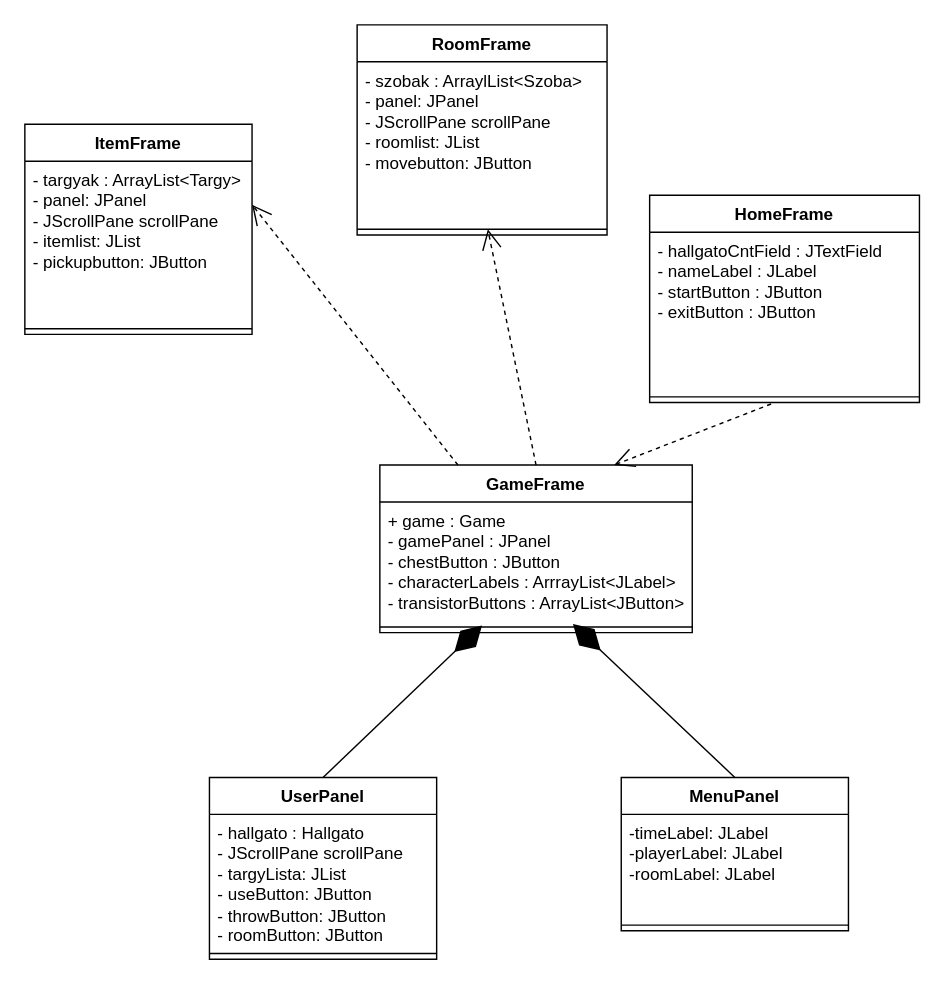
This is Docs/Grafikus_UML.drawio from TarsolyLevente/projlab_pupakok, a draw.io file, before an edit. Source tidied: cells renumbered, new cells numbered last; positions are measured from the earlier drawing's top-left corner, leaving out a move shared by most shapes. Both pictures are drawn from the tidied source at 142%, with x=0, y=0 at pixel (24, 24).
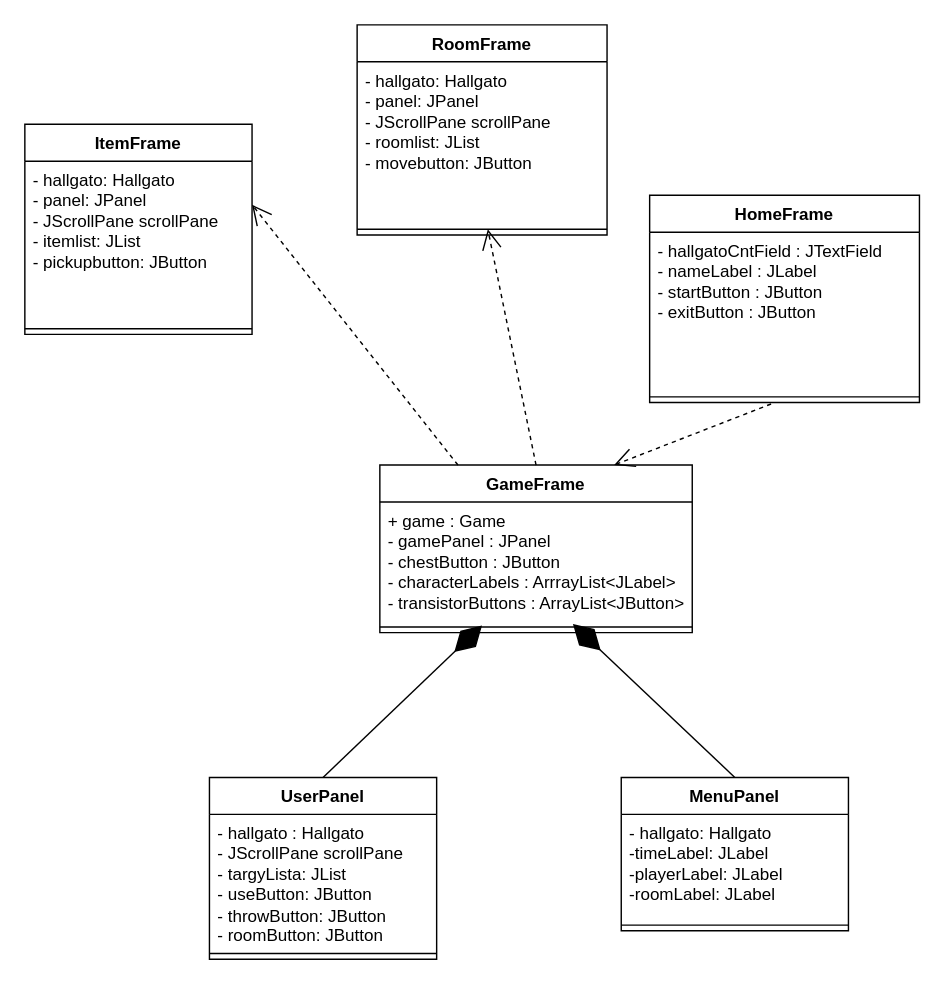
The same diagram, later.

Commit message (it also covers changes not shown here):
kepek + uml

Unchanged cells that the change refers to:
```xml
<mxCell id="5" value="RoomFrame" style="swimlane;fontStyle=1;align=center;verticalAlign=top;horizontal=1;startSize=26;whiteSpace=wrap;html=1;" parent="1" vertex="1">
  <mxGeometry x="234" width="176" height="148" as="geometry" />
</mxCell>
<mxCell id="8" value="ItemFrame" style="swimlane;fontStyle=1;align=center;verticalAlign=top;horizontal=1;startSize=26;whiteSpace=wrap;html=1;" parent="1" vertex="1">
  <mxGeometry y="70" width="160" height="148" as="geometry" />
</mxCell>
<mxCell id="11" value="MenuPanel" style="swimlane;fontStyle=1;align=center;verticalAlign=top;horizontal=1;startSize=26;whiteSpace=wrap;html=1;" parent="1" vertex="1">
  <mxGeometry x="420" y="530" width="160" height="108" as="geometry" />
</mxCell>
```

Change to the diagram source:
```diff
@@
-    <mxCell id="6" value="&lt;div&gt;- szobak : ArraylList&amp;lt;Szoba&amp;gt;&lt;/div&gt;&lt;div&gt;- panel: JPanel&lt;/div&gt;&lt;div&gt;- JScrollPane scrollPane&lt;/div&gt;&lt;div&gt;- roomlist: JList&lt;/div&gt;&lt;div&gt;- movebutton: JButton&lt;/div&gt;" style="text;strokeColor=none;fillColor=none;align=left;verticalAlign=top;spacingLeft=4;spacingRight=4;overflow=hidden;whiteSpace=wrap;html=1;" parent="5" vertex="1">
+    <mxCell id="6" value="&lt;div&gt;- hallgato: Hallgato&lt;/div&gt;&lt;div&gt;- panel: JPanel&lt;/div&gt;&lt;div&gt;- JScrollPane scrollPane&lt;/div&gt;&lt;div&gt;- roomlist: JList&lt;/div&gt;&lt;div&gt;- movebutton: JButton&lt;/div&gt;" style="text;strokeColor=none;fillColor=none;align=left;verticalAlign=top;spacingLeft=4;spacingRight=4;overflow=hidden;whiteSpace=wrap;html=1;" parent="5" vertex="1">
       <mxGeometry y="26" width="176" height="114" as="geometry" />
     </mxCell>
@@
-    <mxCell id="9" value="&lt;div&gt;- targyak : ArrayList&amp;lt;Targy&amp;gt;&lt;/div&gt;&lt;div&gt;- panel: JPanel&lt;/div&gt;&lt;div&gt;- JScrollPane scrollPane&lt;/div&gt;&lt;div&gt;- itemlist: JList&lt;/div&gt;&lt;div&gt;- pickupbutton: JButton&lt;br&gt;&lt;/div&gt;" style="text;strokeColor=none;fillColor=none;align=left;verticalAlign=top;spacingLeft=4;spacingRight=4;overflow=hidden;points=[[0,0.5],[1,0.5]];portConstraint=eastwest;whiteSpace=wrap;html=1;" parent="8" vertex="1">
+    <mxCell id="9" value="&lt;div&gt;- hallgato: Hallgato&lt;/div&gt;&lt;div&gt;- panel: JPanel&lt;/div&gt;&lt;div&gt;- JScrollPane scrollPane&lt;/div&gt;&lt;div&gt;- itemlist: JList&lt;/div&gt;&lt;div&gt;- pickupbutton: JButton&lt;br&gt;&lt;/div&gt;" style="text;strokeColor=none;fillColor=none;align=left;verticalAlign=top;spacingLeft=4;spacingRight=4;overflow=hidden;points=[[0,0.5],[1,0.5]];portConstraint=eastwest;whiteSpace=wrap;html=1;" parent="8" vertex="1">
       <mxGeometry y="26" width="160" height="114" as="geometry" />
     </mxCell>
@@
-    <mxCell id="12" value="-timeLabel: JLabel&lt;div&gt;-playerLabel: JLabel&lt;/div&gt;&lt;div&gt;-roomLabel: JLabel&lt;/div&gt;" style="text;strokeColor=none;fillColor=none;align=left;verticalAlign=top;spacingLeft=4;spacingRight=4;overflow=hidden;whiteSpace=wrap;html=1;" parent="11" vertex="1">
+    <mxCell id="12" value="&lt;div&gt;- hallgato: Hallgato&lt;/div&gt;-timeLabel: JLabel&lt;div&gt;-playerLabel: JLabel&lt;/div&gt;&lt;div&gt;-roomLabel: JLabel&lt;/div&gt;" style="text;strokeColor=none;fillColor=none;align=left;verticalAlign=top;spacingLeft=4;spacingRight=4;overflow=hidden;whiteSpace=wrap;html=1;" parent="11" vertex="1">
       <mxGeometry y="26" width="160" height="74" as="geometry" />
     </mxCell>
```
